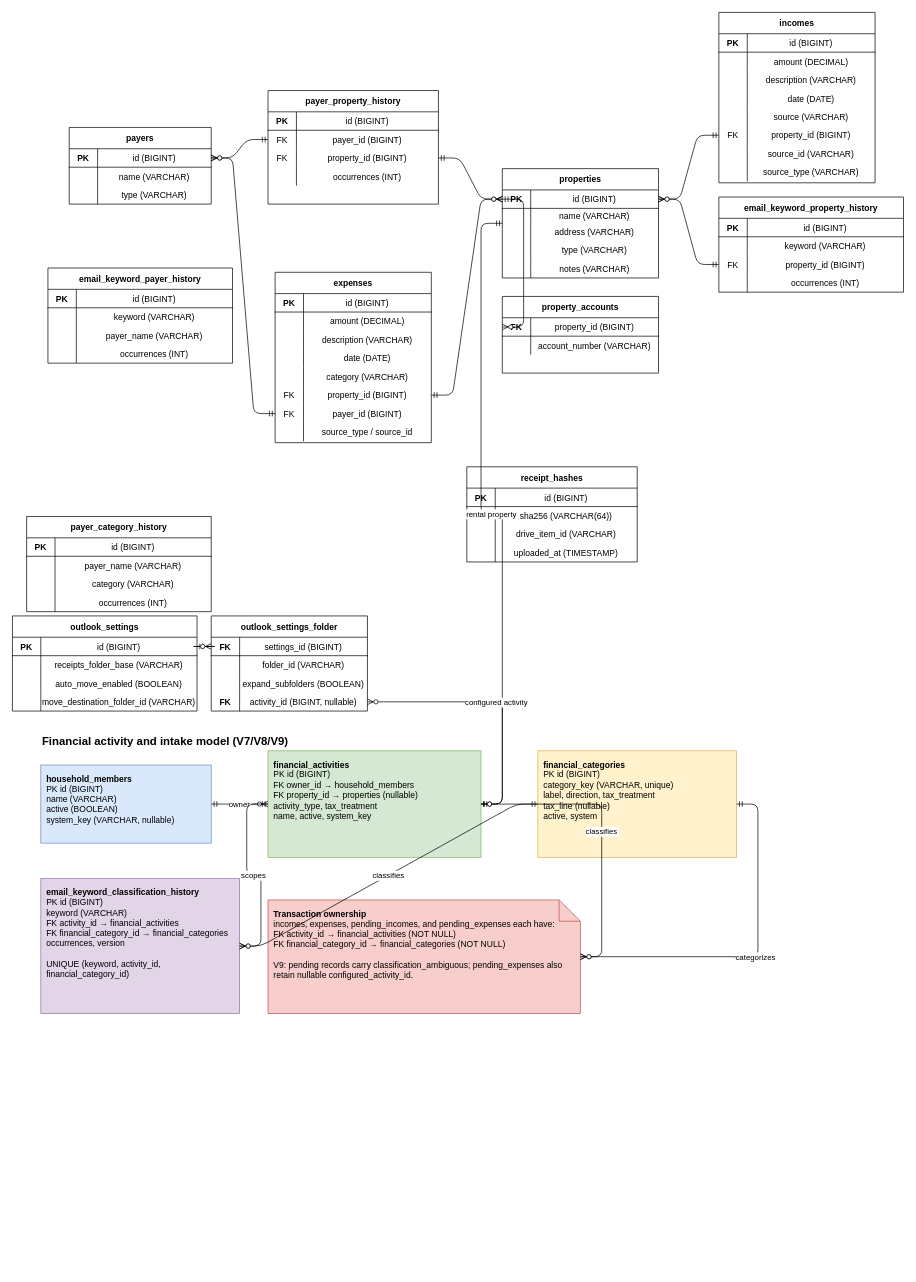
The draw.io diagram diagrams/erd.drawio in jinloes/bookie, before the edit. Source tidied: cells renumbered, new cells numbered last; positions are measured from the earlier drawing's top-left corner, leaving out a move shared by most shapes. Both pictures are drawn from the tidied source at 71%, with x=0, y=0 at pixel (12, 12).
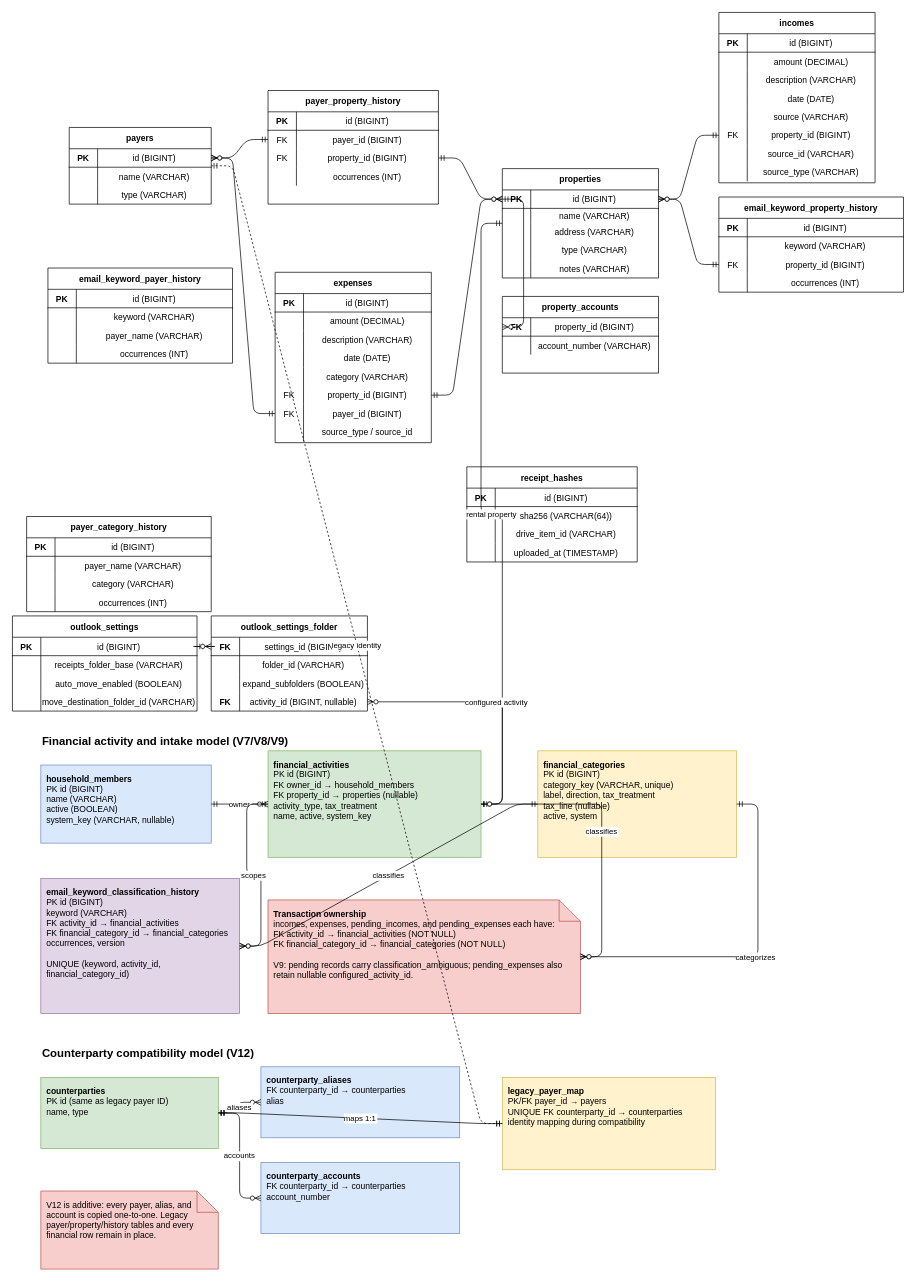
The same diagram, later.

The change refers to these unchanged cells:
```xml
<mxCell id="18" value="payers" style="shape=table;startSize=30;childLayout=tableLayout;rowLines=0;fontStyle=1;align=center;" parent="1" vertex="1">
  <mxGeometry x="80" y="162" width="200" height="108" as="geometry" />
</mxCell>
```

What changed in the source:
```diff
@@
+    <mxCell id="197" value="Counterparty compatibility model (V12)" style="text;html=1;strokeColor=none;fillColor=none;fontStyle=1;fontSize=16;" parent="1" vertex="1">
+      <mxGeometry x="40" y="1450" width="360" height="30" as="geometry" />
+    </mxCell>
+    <mxCell id="198" value="&lt;b&gt;counterparties&lt;/b&gt;&lt;br&gt;PK id (same as legacy payer ID)&lt;br&gt;name, type" style="rounded=0;whiteSpace=wrap;html=1;align=left;verticalAlign=top;spacing=8;fillColor=#d5e8d4;strokeColor=#82b366;" parent="1" vertex="1">
+      <mxGeometry x="40" y="1500" width="250" height="100" as="geometry" />
+    </mxCell>
+    <mxCell id="199" value="&lt;b&gt;counterparty_aliases&lt;/b&gt;&lt;br&gt;FK counterparty_id → counterparties&lt;br&gt;alias" style="rounded=0;whiteSpace=wrap;html=1;align=left;verticalAlign=top;spacing=8;fillColor=#dae8fc;strokeColor=#6c8ebf;" parent="1" vertex="1">
+      <mxGeometry x="350" y="1485" width="280" height="100" as="geometry" />
+    </mxCell>
+    <mxCell id="200" value="&lt;b&gt;counterparty_accounts&lt;/b&gt;&lt;br&gt;FK counterparty_id → counterparties&lt;br&gt;account_number" style="rounded=0;whiteSpace=wrap;html=1;align=left;verticalAlign=top;spacing=8;fillColor=#dae8fc;strokeColor=#6c8ebf;" parent="1" vertex="1">
+      <mxGeometry x="350" y="1620" width="280" height="100" as="geometry" />
+    </mxCell>
+    <mxCell id="201" value="&lt;b&gt;legacy_payer_map&lt;/b&gt;&lt;br&gt;PK/FK payer_id → payers&lt;br&gt;UNIQUE FK counterparty_id → counterparties&lt;br&gt;identity mapping during compatibility" style="rounded=0;whiteSpace=wrap;html=1;align=left;verticalAlign=top;spacing=8;fillColor=#fff2cc;strokeColor=#d6b656;" parent="1" vertex="1">
+      <mxGeometry x="690" y="1500" width="300" height="130" as="geometry" />
+    </mxCell>
+    <mxCell id="202" value="V12 is additive: every payer, alias, and account is copied one-to-one. Legacy payer/property/history tables and every financial row remain in place." style="shape=note;whiteSpace=wrap;html=1;align=left;verticalAlign=top;spacing=8;fillColor=#f8cecc;strokeColor=#b85450;" parent="1" vertex="1">
+      <mxGeometry x="40" y="1660" width="250" height="110" as="geometry" />
+    </mxCell>
+    <mxCell id="203" value="aliases" style="edgeStyle=entityRelationEdgeStyle;endArrow=ERzeroToMany;startArrow=ERmandOne;" parent="1" edge="1" source="198" target="199">
+      <mxGeometry relative="1" as="geometry" />
+    </mxCell>
+    <mxCell id="204" value="accounts" style="edgeStyle=entityRelationEdgeStyle;endArrow=ERzeroToMany;startArrow=ERmandOne;" parent="1" edge="1" source="198" target="200">
+      <mxGeometry relative="1" as="geometry" />
+    </mxCell>
+    <mxCell id="205" value="maps 1:1" style="edgeStyle=entityRelationEdgeStyle;endArrow=ERmandOne;startArrow=ERmandOne;" parent="1" edge="1" source="198" target="201">
+      <mxGeometry relative="1" as="geometry" />
+    </mxCell>
+    <mxCell id="206" value="legacy identity" style="edgeStyle=entityRelationEdgeStyle;endArrow=ERmandOne;startArrow=ERmandOne;dashed=1;" parent="1" edge="1" source="18" target="201">
+      <mxGeometry relative="1" as="geometry" />
+    </mxCell>
```
